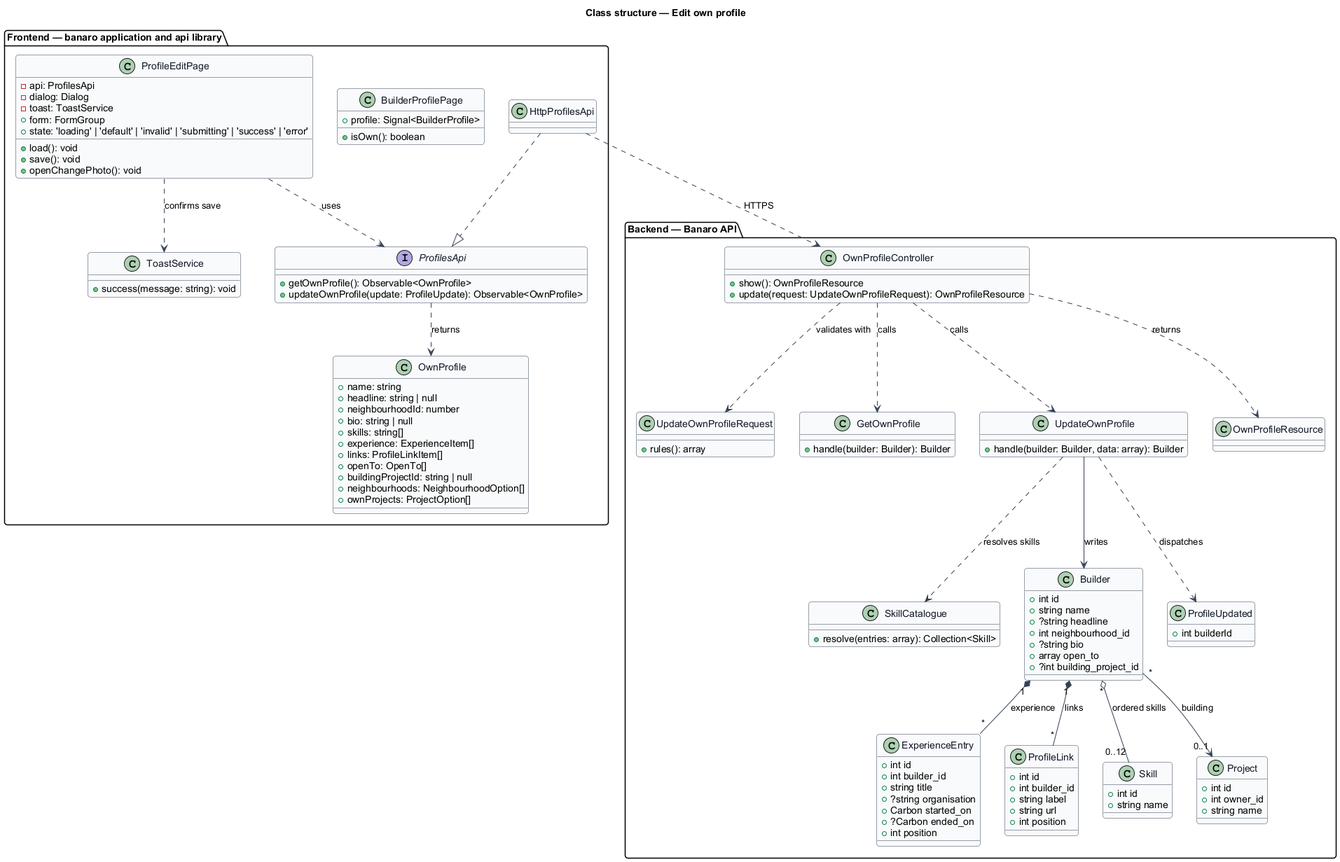
This is docs/detailed-designs/profiles/edit-own-profile/diagrams/class-structure.png from QuinntyneBrown/banaro, a PlantUML export, as it was before one commit.
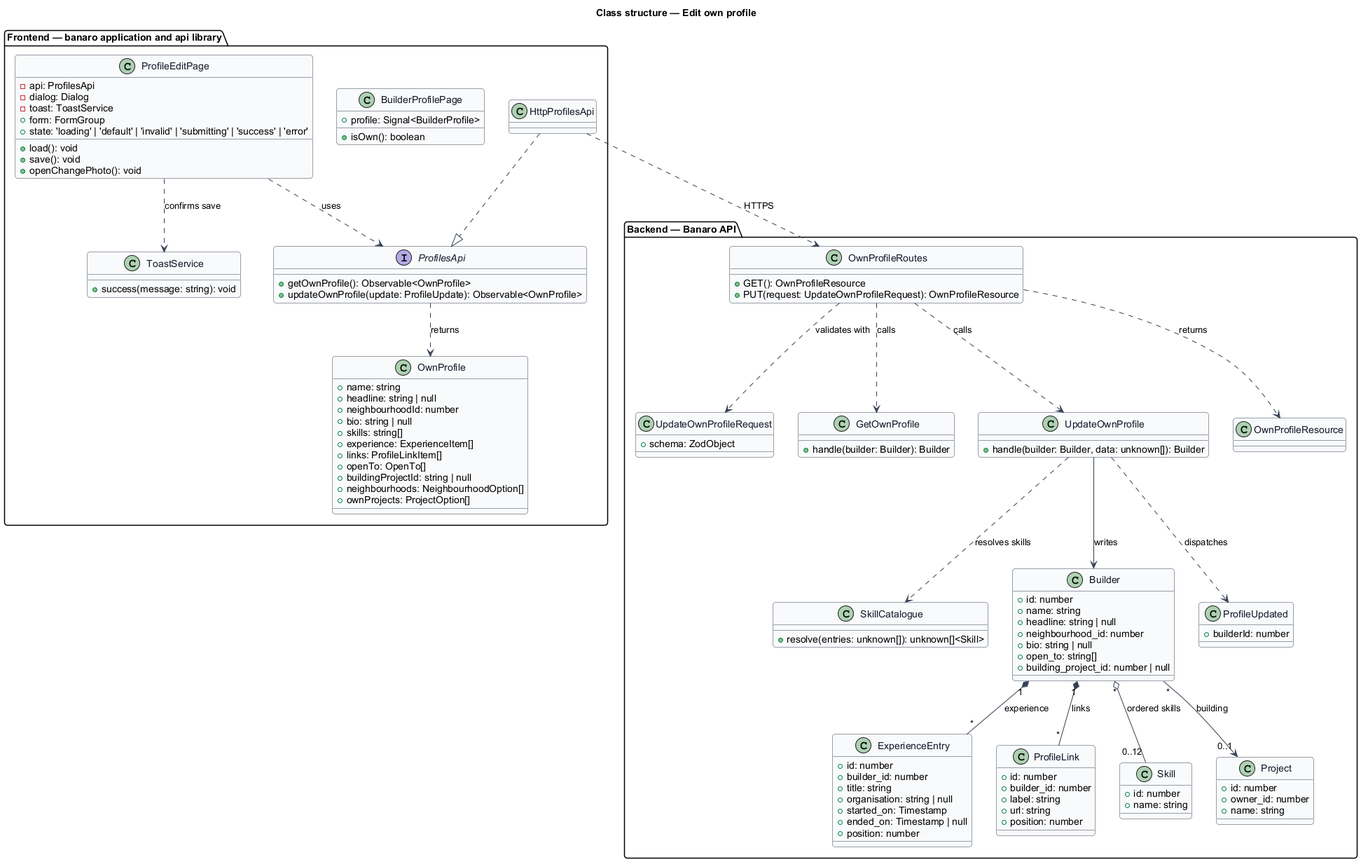
After the commit.

The edit, as a diff of the source:
```diff
@@ -50,59 +50,59 @@
 }
 
 package "Backend — Banaro API" {
-  class OwnProfileController {
-    +show(): OwnProfileResource
-    +update(request: UpdateOwnProfileRequest): OwnProfileResource
+  class OwnProfileRoutes {
+    +GET(): OwnProfileResource
+    +PUT(request: UpdateOwnProfileRequest): OwnProfileResource
   }
   class UpdateOwnProfileRequest {
-    +rules(): array
+    +schema: ZodObject
   }
   class GetOwnProfile {
     +handle(builder: Builder): Builder
   }
   class UpdateOwnProfile {
-    +handle(builder: Builder, data: array): Builder
+    +handle(builder: Builder, data: unknown[]): Builder
   }
   class SkillCatalogue {
-    +resolve(entries: array): Collection<Skill>
+    +resolve(entries: unknown[]): unknown[]<Skill>
   }
   class Builder {
-    +int id
-    +string name
-    +?string headline
-    +int neighbourhood_id
-    +?string bio
-    +array open_to
-    +?int building_project_id
+    +id: number
+    +name: string
+    +headline: string | null
+    +neighbourhood_id: number
+    +bio: string | null
+    +open_to: string[]
+    +building_project_id: number | null
   }
   class ExperienceEntry {
-    +int id
-    +int builder_id
-    +string title
-    +?string organisation
-    +Carbon started_on
-    +?Carbon ended_on
-    +int position
+    +id: number
+    +builder_id: number
+    +title: string
+    +organisation: string | null
+    +started_on: Timestamp
+    +ended_on: Timestamp | null
+    +position: number
   }
   class ProfileLink {
-    +int id
-    +int builder_id
-    +string label
-    +string url
-    +int position
+    +id: number
+    +builder_id: number
+    +label: string
+    +url: string
+    +position: number
   }
   class Skill {
-    +int id
-    +string name
+    +id: number
+    +name: string
   }
   class Project {
-    +int id
-    +int owner_id
-    +string name
+    +id: number
+    +owner_id: number
+    +name: string
   }
   class OwnProfileResource
   class ProfileUpdated {
-    +int builderId
+    +builderId: number
   }
 }
 
@@ -110,12 +110,12 @@
 ProfileEditPage ..> ToastService : confirms save
 HttpProfilesApi ..|> ProfilesApi
 ProfilesApi ..> OwnProfile : returns
-HttpProfilesApi ..> OwnProfileController : HTTPS
+HttpProfilesApi ..> OwnProfileRoutes : HTTPS
 
-OwnProfileController ..> UpdateOwnProfileRequest : validates with
-OwnProfileController ..> GetOwnProfile : calls
-OwnProfileController ..> UpdateOwnProfile : calls
-OwnProfileController ..> OwnProfileResource : returns
+OwnProfileRoutes ..> UpdateOwnProfileRequest : validates with
+OwnProfileRoutes ..> GetOwnProfile : calls
+OwnProfileRoutes ..> UpdateOwnProfile : calls
+OwnProfileRoutes ..> OwnProfileResource : returns
 UpdateOwnProfile ..> SkillCatalogue : resolves skills
 UpdateOwnProfile ..> ProfileUpdated : dispatches
 UpdateOwnProfile --> Builder : writes
```
